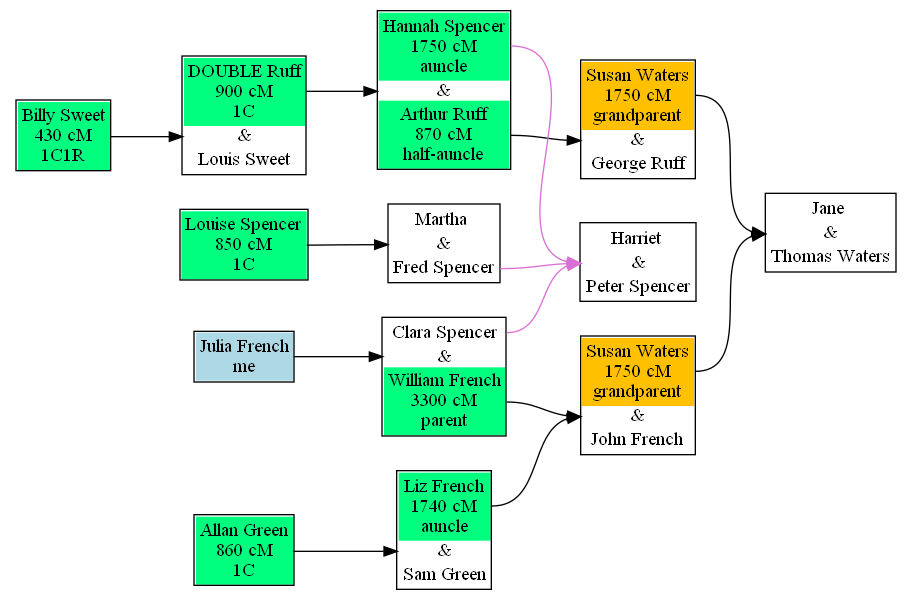
The Graphviz diagram test-data/double-cousins-plus.png in johnandrea/draw-dna-matches, before a commit. Its source is kept beside it as test-data/double-cousins-plus.dot.
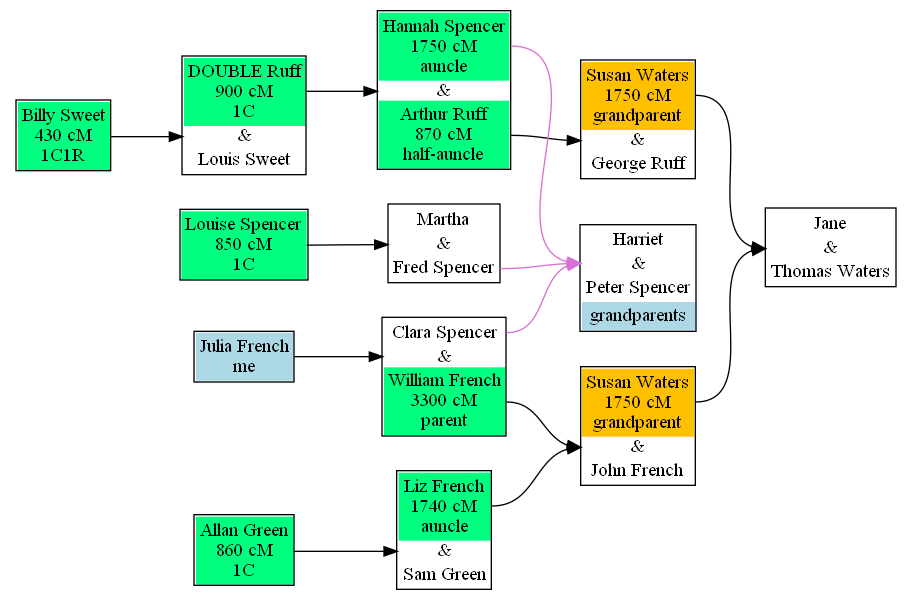
The same file after the commit.

What changed in the source:
```diff
@@ -27,19 +27,20 @@
 </table>>];
 f1 [label=<
 <table cellpadding="3" border="1" cellspacing="0" cellborder="0">
-<tr><td port="w">Jane </td></tr>
+<tr><td port="w">Jane</td></tr>
 <tr><td port="u" cellpadding="0" cellspacing="0">&amp;</td></tr>
 <tr><td port="h">Thomas Waters</td></tr>
 </table>>];
 f6 [label=<
 <table cellpadding="3" border="1" cellspacing="0" cellborder="0">
-<tr><td port="w">Harriet </td></tr>
+<tr><td port="w">Harriet</td></tr>
 <tr><td port="u" cellpadding="0" cellspacing="0">&amp;</td></tr>
 <tr><td port="h">Peter Spencer</td></tr>
+<tr><td bgcolor="lightblue">grandparents</td></tr>
 </table>>];
 f7 [label=<
 <table cellpadding="3" border="1" cellspacing="0" cellborder="0">
-<tr><td port="w">Martha </td></tr>
+<tr><td port="w">Martha</td></tr>
 <tr><td port="u" cellpadding="0" cellspacing="0">&amp;</td></tr>
 <tr><td port="h">Fred Spencer</td></tr>
 </table>>];
@@ -59,10 +60,6 @@
 <table cellpadding="3" border="1" cellspacing="0" cellborder="0">
 <tr><td port="i" bgcolor="springgreen">Allan Green<br/>860 cM<br/>1C</td></tr>
 </table>>];
-i7 [label=<
-<table cellpadding="3" border="1" cellspacing="0" cellborder="0">
-<tr><td port="i" bgcolor="lightblue">Julia French<br/>me</td></tr>
-</table>>];
 i21 [label=<
 <table cellpadding="3" border="1" cellspacing="0" cellborder="0">
 <tr><td port="i" bgcolor="springgreen">Billy Sweet<br/>430 cM<br/>1C1R</td></tr>
@@ -71,17 +68,21 @@
 <table cellpadding="3" border="1" cellspacing="0" cellborder="0">
 <tr><td port="i" bgcolor="springgreen">Louise Spencer<br/>850 cM<br/>1C</td></tr>
 </table>>];
-f8:w -> f6:u [color=orchid];
+i7 [label=<
+<table cellpadding="3" border="1" cellspacing="0" cellborder="0">
+<tr><td port="i" bgcolor="lightblue">Julia French<br/>me</td></tr>
+</table>>];
+f3:w -> f6:u [color=orchid];
+f3:h -> f2:u;
+f8:h -> f5:u;
+f9:w -> f8:u;
+f2:w -> f1:u;
 i21:i -> f9:u;
 i7:i -> f3:u;
 i18:i -> f7:u;
+f7:h -> f6:u [color=orchid];
+f8:w -> f6:u [color=orchid];
 f4:w -> f2:u;
 f5:w -> f1:u;
-f7:h -> f6:u [color=orchid];
 i10:i -> f4:u;
-f2:w -> f1:u;
-f8:h -> f5:u;
-f3:w -> f6:u [color=orchid];
-f9:w -> f8:u;
-f3:h -> f2:u;
 }
```
